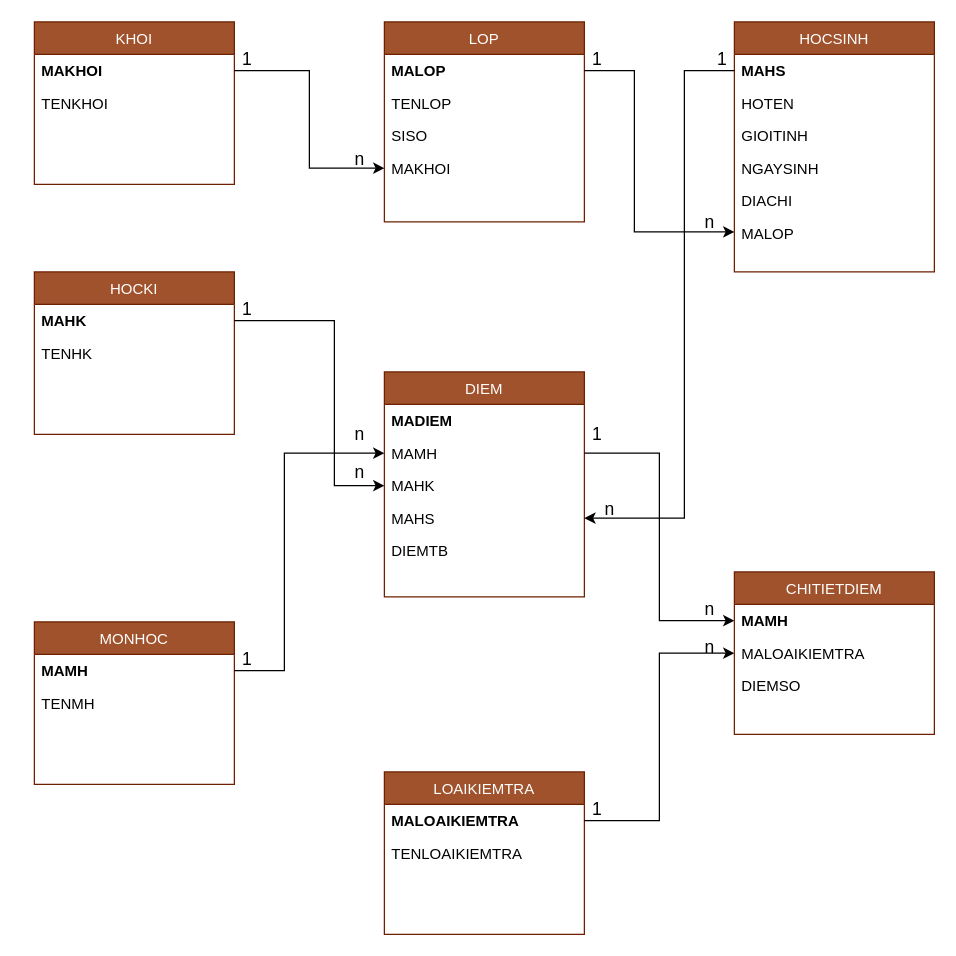
thaodtt09/test keeps this draw.io diagram as logic.drawio. Above is the earlier version. Source tidied: cells renumbered, new cells numbered last; positions are measured from the earlier drawing's top-left corner, leaving out a move shared by most shapes. Both pictures are drawn from the tidied source at 125%, with x=0, y=0 at pixel (34, 21).
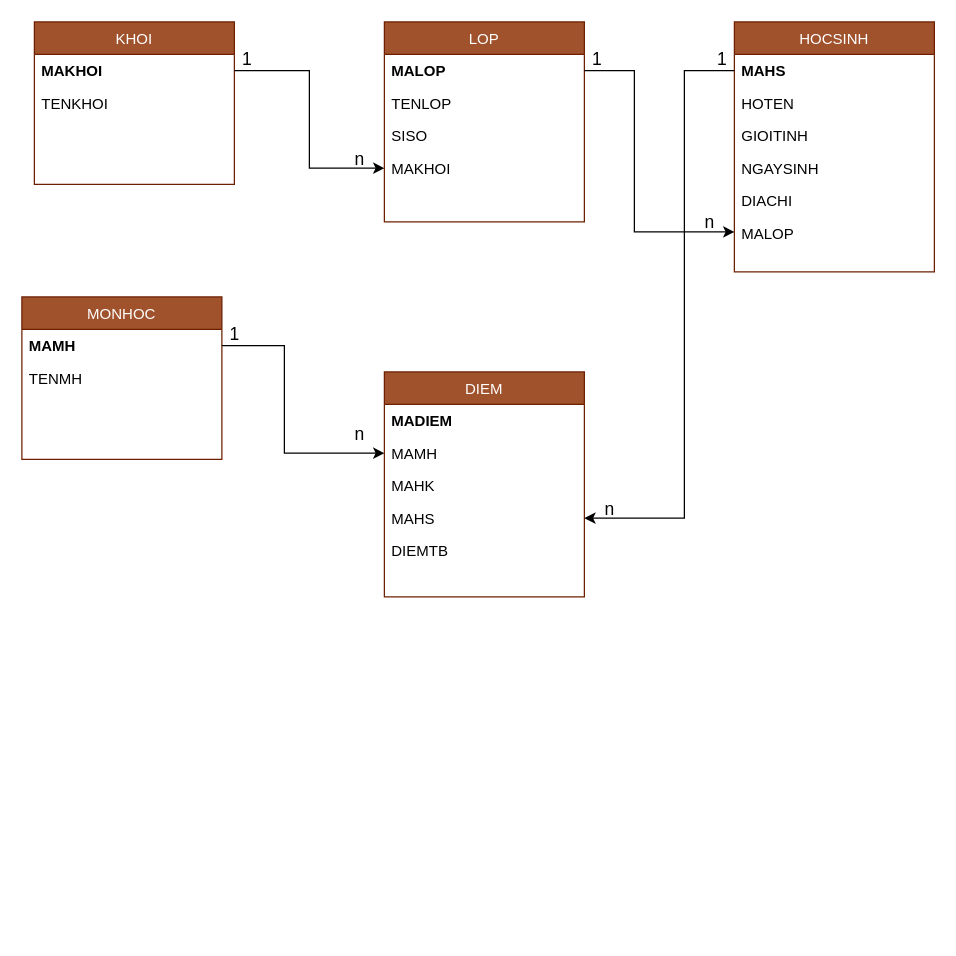
The same page after the edit.

The change refers to these unchanged cells:
```xml
<mxCell id="3" value="MAHS" style="text;align=left;verticalAlign=top;spacingLeft=4;spacingRight=4;overflow=hidden;points=[[0,0.5],[1,0.5]];portConstraint=eastwest;fontStyle=1;" parent="2" vertex="1">
  <mxGeometry y="26" width="160" height="26" as="geometry" />
</mxCell>
<mxCell id="11" value="MAMH" style="text;align=left;verticalAlign=top;spacingLeft=4;spacingRight=4;overflow=hidden;points=[[0,0.5],[1,0.5]];portConstraint=eastwest;rounded=0;shadow=0;html=0;" parent="9" vertex="1">
  <mxGeometry y="52" width="160" height="26" as="geometry" />
</mxCell>
<mxCell id="12" value="MAHK" style="text;align=left;verticalAlign=top;spacingLeft=4;spacingRight=4;overflow=hidden;points=[[0,0.5],[1,0.5]];portConstraint=eastwest;rounded=0;shadow=0;html=0;" parent="9" vertex="1">
  <mxGeometry y="78" width="160" height="26" as="geometry" />
</mxCell>
<mxCell id="13" value="MAHS" style="text;align=left;verticalAlign=top;spacingLeft=4;spacingRight=4;overflow=hidden;points=[[0,0.5],[1,0.5]];portConstraint=eastwest;rounded=0;shadow=0;html=0;" parent="9" vertex="1">
  <mxGeometry y="104" width="160" height="26" as="geometry" />
</mxCell>
<mxCell id="24" value="MAMH" style="text;align=left;verticalAlign=top;spacingLeft=4;spacingRight=4;overflow=hidden;points=[[0,0.5],[1,0.5]];portConstraint=eastwest;fontStyle=1;" parent="23" vertex="1">
  <mxGeometry y="26" width="160" height="26" as="geometry" />
</mxCell>
```

The edit, as a diff of the source:
```diff
@@
     <mxCell id="23" value="MONHOC" style="swimlane;fontStyle=0;align=center;verticalAlign=top;horizontal=1;startSize=26;rounded=0;shadow=0;strokeWidth=1;fillColor=#a0522d;strokeColor=#6D1F00;fontColor=#ffffff;" parent="1" vertex="1">
-      <mxGeometry y="480" width="160" height="130" as="geometry" />
+      <mxGeometry x="-10" y="220" width="160" height="130" as="geometry" />
     </mxCell>
@@
-    <mxCell id="26" value="HOCKI" style="swimlane;fontStyle=0;align=center;verticalAlign=top;horizontal=1;startSize=26;rounded=0;shadow=0;strokeWidth=1;fillColor=#a0522d;strokeColor=#6D1F00;fontColor=#ffffff;" parent="1" vertex="1">
-      <mxGeometry y="200" width="160" height="130" as="geometry" />
-    </mxCell>
-    <mxCell id="27" value="MAHK" style="text;align=left;verticalAlign=top;spacingLeft=4;spacingRight=4;overflow=hidden;points=[[0,0.5],[1,0.5]];portConstraint=eastwest;fontStyle=1;" parent="26" vertex="1">
-      <mxGeometry y="26" width="160" height="26" as="geometry" />
-    </mxCell>
-    <mxCell id="28" value="TENHK" style="text;align=left;verticalAlign=top;spacingLeft=4;spacingRight=4;overflow=hidden;rounded=0;shadow=0;html=0;" parent="26" vertex="1">
-      <mxGeometry y="52" width="160" height="26" as="geometry" />
-    </mxCell>
-    <mxCell id="29" value="CHITIETDIEM" style="swimlane;fontStyle=0;align=center;verticalAlign=top;horizontal=1;startSize=26;rounded=0;shadow=0;strokeWidth=1;fillColor=#a0522d;strokeColor=#6D1F00;fontColor=#ffffff;" parent="1" vertex="1">
-      <mxGeometry x="560" y="440" width="160" height="130" as="geometry" />
-    </mxCell>
-    <mxCell id="30" value="MAMH" style="text;align=left;verticalAlign=top;spacingLeft=4;spacingRight=4;overflow=hidden;points=[[0,0.5],[1,0.5]];portConstraint=eastwest;fontStyle=1;" parent="29" vertex="1">
-      <mxGeometry y="26" width="160" height="26" as="geometry" />
-    </mxCell>
-    <mxCell id="31" value="MALOAIKIEMTRA" style="text;align=left;verticalAlign=top;spacingLeft=4;spacingRight=4;overflow=hidden;points=[[0,0.5],[1,0.5]];portConstraint=eastwest;rounded=0;shadow=0;html=0;" parent="29" vertex="1">
-      <mxGeometry y="52" width="160" height="26" as="geometry" />
-    </mxCell>
-    <mxCell id="32" value="DIEMSO" style="text;align=left;verticalAlign=top;spacingLeft=4;spacingRight=4;overflow=hidden;rounded=0;shadow=0;html=0;" parent="29" vertex="1">
-      <mxGeometry y="78" width="160" height="26" as="geometry" />
-    </mxCell>
-    <mxCell id="33" value="LOAIKIEMTRA" style="swimlane;fontStyle=0;align=center;verticalAlign=top;horizontal=1;startSize=26;rounded=0;shadow=0;strokeWidth=1;fillColor=#a0522d;strokeColor=#6D1F00;fontColor=#ffffff;" parent="1" vertex="1">
-      <mxGeometry x="280" y="600" width="160" height="130" as="geometry" />
-    </mxCell>
-    <mxCell id="34" value="MALOAIKIEMTRA" style="text;align=left;verticalAlign=top;spacingLeft=4;spacingRight=4;overflow=hidden;points=[[0,0.5],[1,0.5]];portConstraint=eastwest;fontStyle=1;" parent="33" vertex="1">
-      <mxGeometry y="26" width="160" height="26" as="geometry" />
-    </mxCell>
-    <mxCell id="35" value="TENLOAIKIEMTRA" style="text;align=left;verticalAlign=top;spacingLeft=4;spacingRight=4;overflow=hidden;rounded=0;shadow=0;html=0;" parent="33" vertex="1">
-      <mxGeometry y="52" width="160" height="26" as="geometry" />
-    </mxCell>
@@
-    <mxCell id="42" style="edgeStyle=orthogonalEdgeStyle;rounded=0;jettySize=auto;html=1;exitX=1;exitY=0.5;exitDx=0;exitDy=0;entryX=0;entryY=0.5;entryDx=0;entryDy=0;fontSize=14;" parent="1" edge="1" source="27" target="12">
-      <mxGeometry relative="1" as="geometry">
-        <Array as="points">
-          <mxPoint x="240" y="239" />
-          <mxPoint x="240" y="371" />
-        </Array>
-      </mxGeometry>
-    </mxCell>
-    <mxCell id="43" value="1" style="text;html=1;align=center;verticalAlign=middle;strokeColor=none;fontSize=14;" parent="1" vertex="1">
-      <mxGeometry x="160" y="220" width="20" height="20" as="geometry" />
-    </mxCell>
-    <mxCell id="44" value="1" style="text;html=1;align=center;verticalAlign=middle;strokeColor=none;fontSize=14;" parent="1" vertex="1">
-      <mxGeometry x="440" y="320" width="20" height="20" as="geometry" />
-    </mxCell>
@@
     <mxCell id="46" value="1" style="text;html=1;align=center;verticalAlign=middle;strokeColor=none;fontSize=14;" parent="1" vertex="1">
-      <mxGeometry x="160" y="500" width="20" height="20" as="geometry" />
+      <mxGeometry x="150" y="240" width="20" height="20" as="geometry" />
     </mxCell>
-    <mxCell id="47" value="n" style="text;html=1;align=center;verticalAlign=middle;strokeColor=none;strokeWidth=1;fontSize=14;" parent="1" vertex="1">
-      <mxGeometry x="530" y="490" width="20" height="20" as="geometry" />
-    </mxCell>
@@
-    <mxCell id="49" value="n" style="text;html=1;align=center;verticalAlign=middle;strokeColor=none;strokeWidth=1;fontSize=14;" parent="1" vertex="1">
-      <mxGeometry x="250" y="350" width="20" height="20" as="geometry" />
-    </mxCell>
-    <mxCell id="50" value="n" style="text;html=1;align=center;verticalAlign=middle;strokeColor=none;strokeWidth=1;fontSize=14;" parent="1" vertex="1">
-      <mxGeometry x="530" y="460" width="20" height="20" as="geometry" />
-    </mxCell>
@@
+    <mxCell id="53" style="edgeStyle=orthogonalEdgeStyle;rounded=0;jettySize=auto;html=1;exitX=0;exitY=0.5;exitDx=0;exitDy=0;entryX=1;entryY=0.5;entryDx=0;entryDy=0;fontSize=14;spacing=2;" parent="1" edge="1" source="3" target="13">
+      <mxGeometry relative="1" as="geometry">
+        <Array as="points">
+          <mxPoint x="520" y="39" />
+          <mxPoint x="520" y="397" />
+        </Array>
+      </mxGeometry>
+    </mxCell>
-    <mxCell id="52" style="edgeStyle=orthogonalEdgeStyle;rounded=0;jettySize=auto;html=1;exitX=1;exitY=0.5;exitDx=0;exitDy=0;entryX=0;entryY=0.5;entryDx=0;entryDy=0;fontSize=14;" parent="1" edge="1" source="24" target="11">
+    <mxCell id="52" style="edgeStyle=orthogonalEdgeStyle;rounded=0;jettySize=auto;html=1;exitX=1;exitY=0.5;exitDx=0;exitDy=0;entryX=0;entryY=0.5;entryDx=0;entryDy=0;" parent="1" edge="1" source="24" target="11">
       <mxGeometry relative="1" as="geometry">
         <Array as="points">
-          <mxPoint x="200" y="519" />
+          <mxPoint x="200" y="259" />
           <mxPoint x="200" y="345" />
         </Array>
       </mxGeometry>
     </mxCell>
-    <mxCell id="53" style="edgeStyle=orthogonalEdgeStyle;rounded=0;jettySize=auto;html=1;exitX=0;exitY=0.5;exitDx=0;exitDy=0;entryX=1;entryY=0.5;entryDx=0;entryDy=0;fontSize=14;spacing=2;" parent="1" edge="1" source="3" target="13">
-      <mxGeometry relative="1" as="geometry">
-        <Array as="points">
-          <mxPoint x="520" y="39" />
-          <mxPoint x="520" y="397" />
-        </Array>
-      </mxGeometry>
-    </mxCell>
-    <mxCell id="54" style="edgeStyle=orthogonalEdgeStyle;rounded=0;jettySize=auto;html=1;exitX=1;exitY=0.5;exitDx=0;exitDy=0;entryX=0;entryY=0.5;entryDx=0;entryDy=0;fontSize=14;" parent="1" edge="1" source="11" target="30">
-      <mxGeometry relative="1" as="geometry" />
-    </mxCell>
-    <mxCell id="55" style="edgeStyle=orthogonalEdgeStyle;rounded=0;jettySize=auto;html=1;exitX=1;exitY=0.5;exitDx=0;exitDy=0;entryX=0;entryY=0.5;entryDx=0;entryDy=0;fontSize=14;" parent="1" edge="1" source="34" target="31">
-      <mxGeometry relative="1" as="geometry" />
-    </mxCell>
-    <mxCell id="56" value="1" style="text;html=1;align=center;verticalAlign=middle;strokeColor=none;fontSize=14;" parent="1" vertex="1">
-      <mxGeometry x="440" y="620" width="20" height="20" as="geometry" />
-    </mxCell>
```
